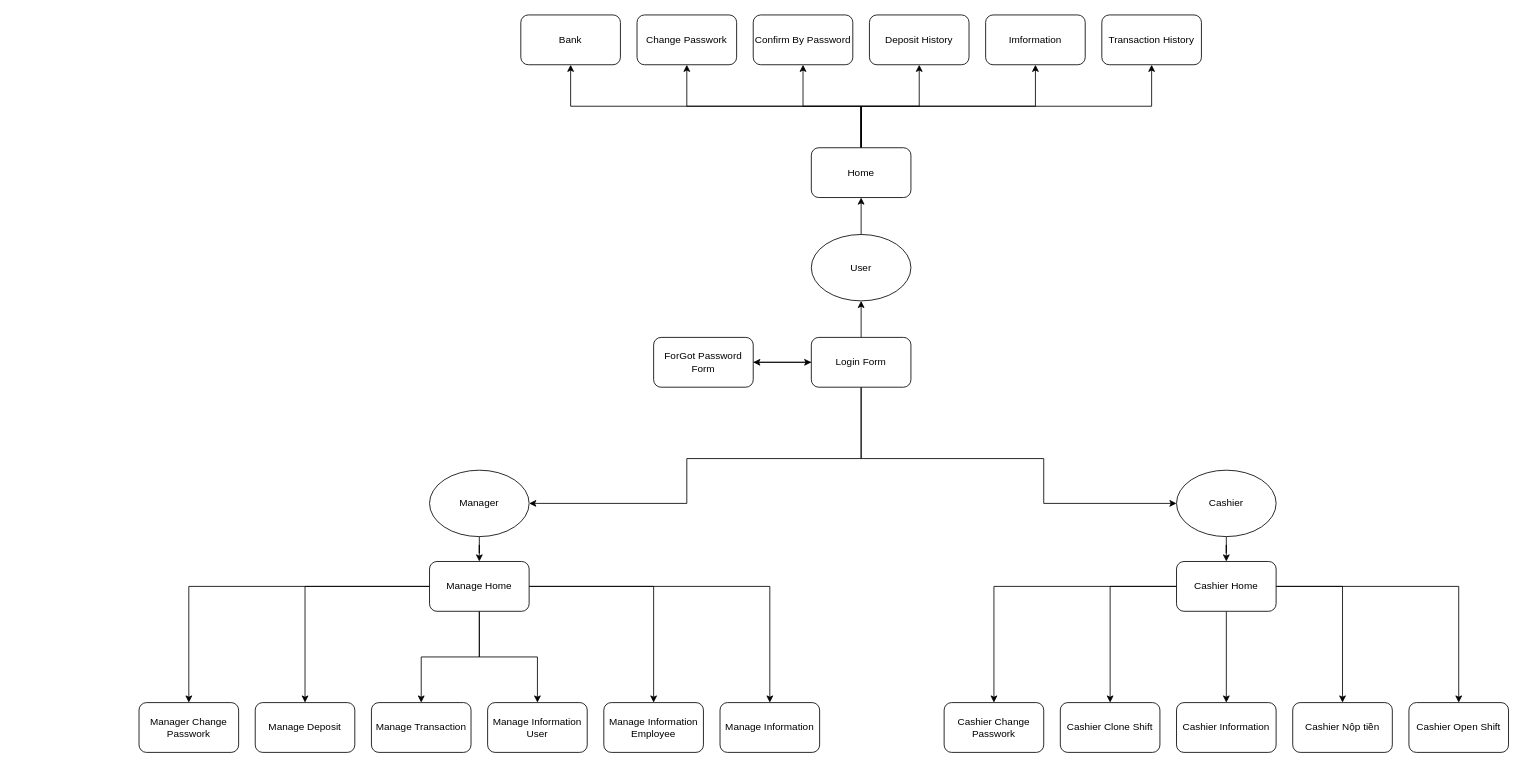
This is Winform.drawio from reality8080/iBanking, a draw.io file, before an edit. Source tidied: cells renumbered, new cells numbered last; positions are measured from the earlier drawing's top-left corner, leaving out a move shared by most shapes. Both pictures are drawn from the tidied source at 83%, with x=0, y=0 at pixel (139, 15).
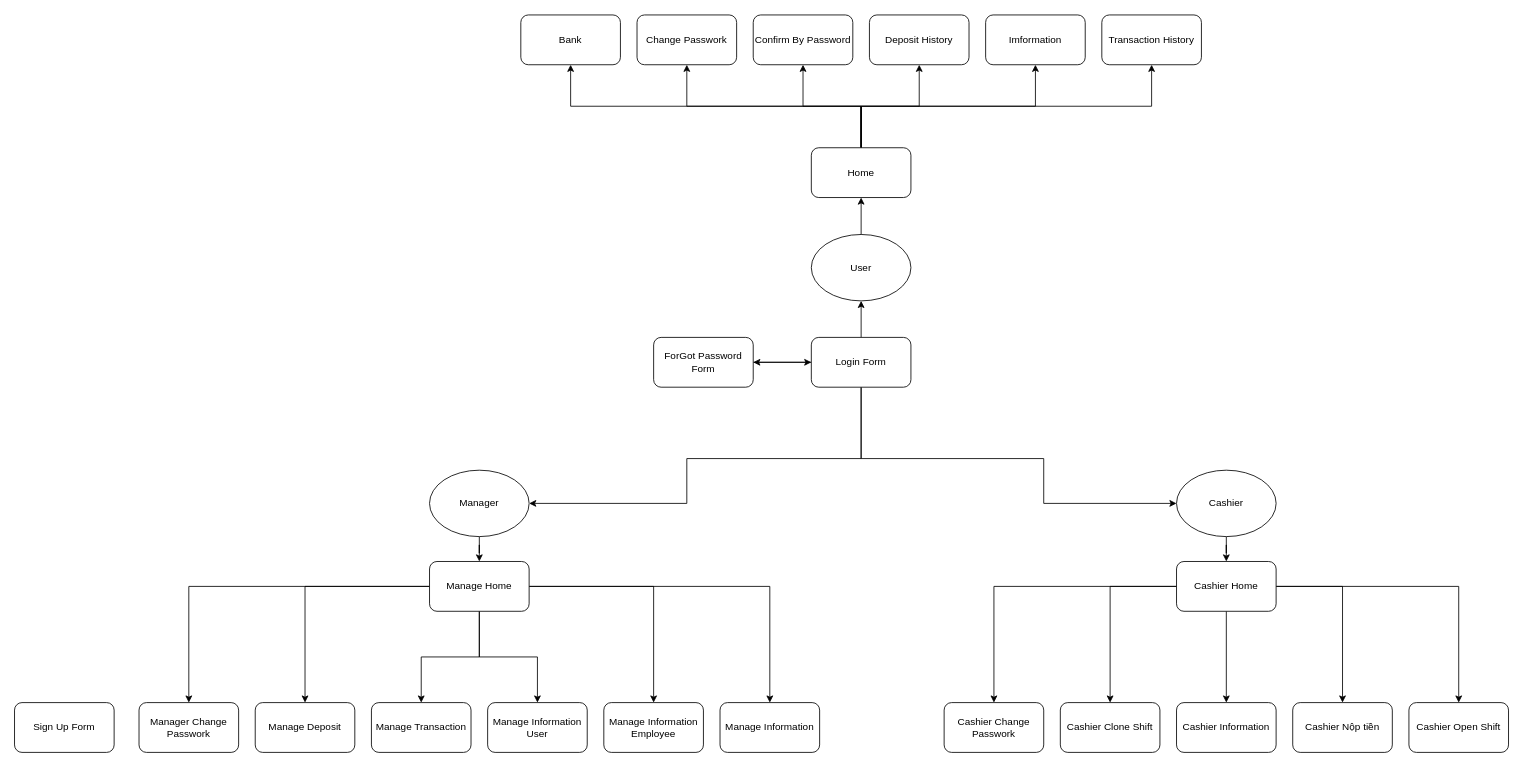
The same page after the edit.

The edit, as a diff of the source:
```diff
@@
+    <mxCell id="52" value="Sign Up Form" style="rounded=1;whiteSpace=wrap;html=1;" parent="1" vertex="1">
+      <mxGeometry x="-150" y="828" width="120" height="60" as="geometry" />
+    </mxCell>
```
